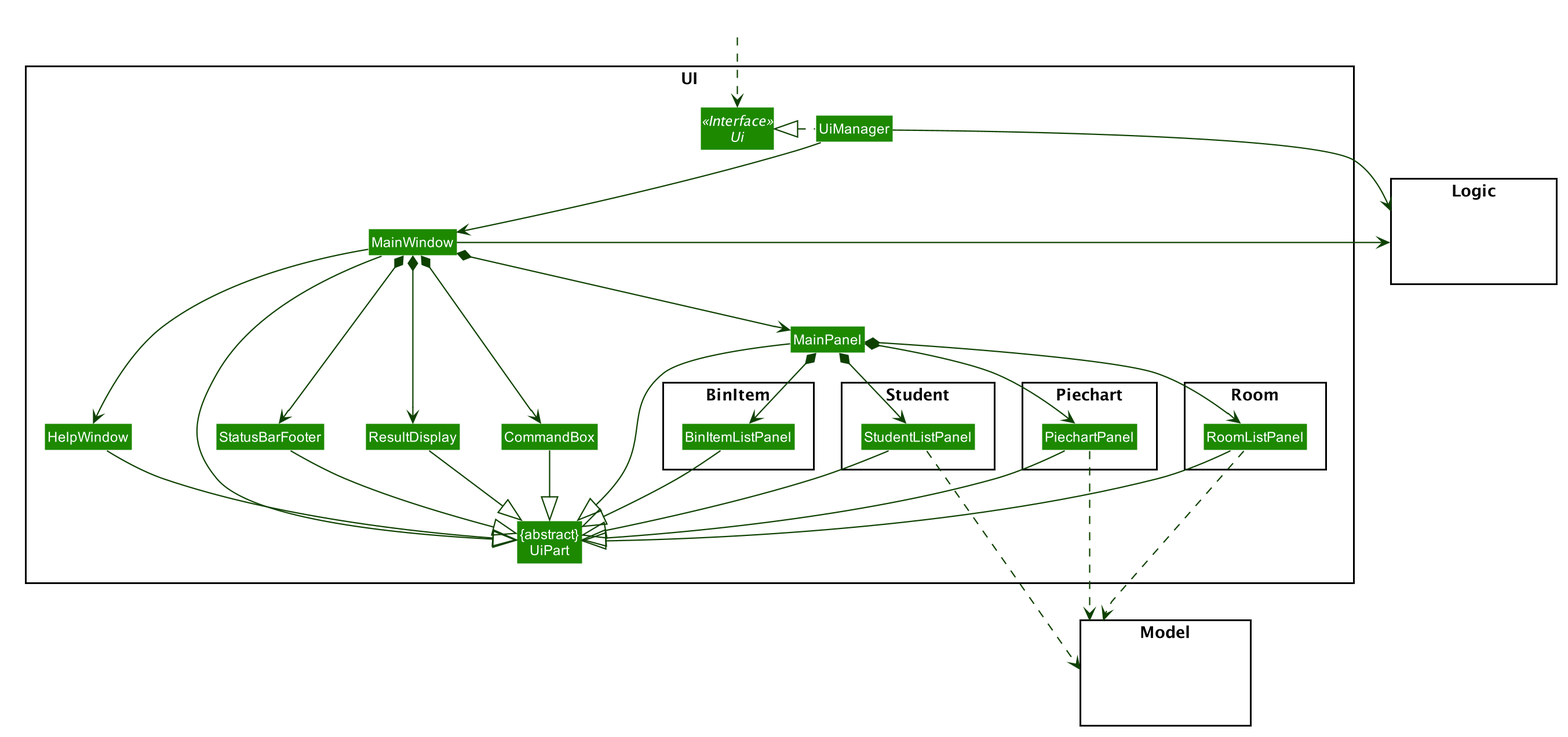
The PlantUML diagram docs/images/UiClassDiagram.png in nus-cs2103-AY2021S1/tp, before a commit.
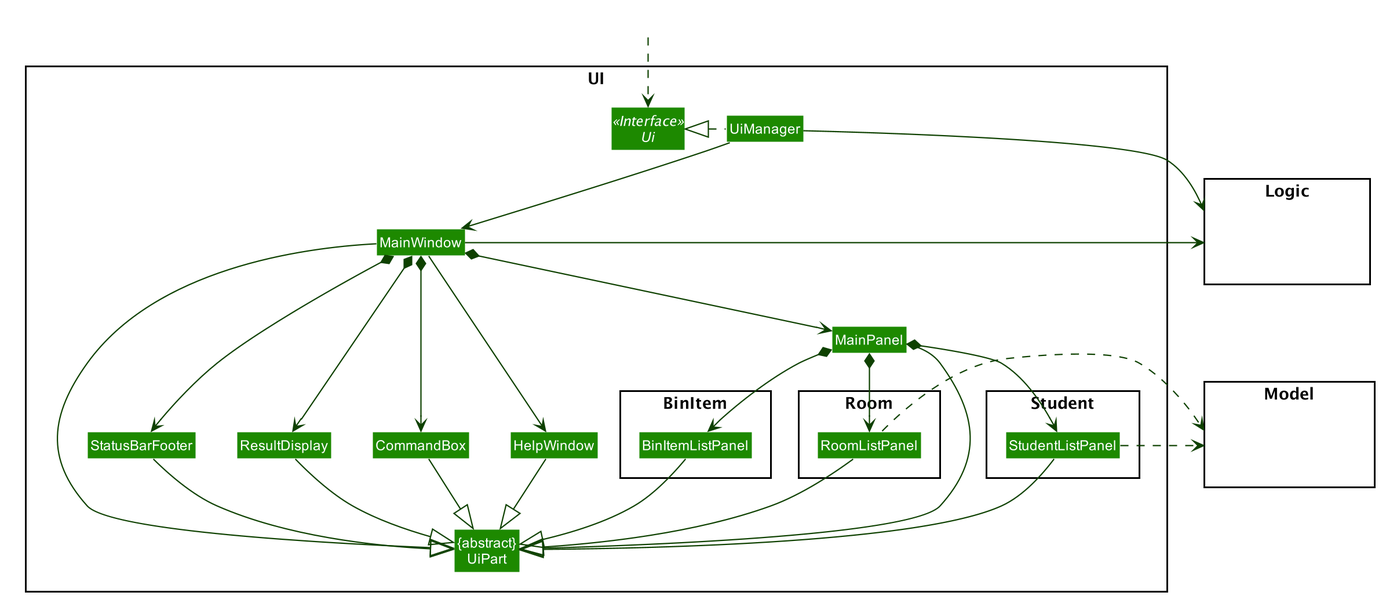
Above is the later version.

Change to the diagram source:
```diff
@@ -62,25 +62,18 @@
 Class StatusBarFooter
 Class CommandBox
 
+skinparam componentBorderColor transparent
+package Room <<Rectangle>>{
+Class RoomListPanel
+}
 
 package Student <<Rectangle>> {
 Class StudentListPanel
 }
 
-skinparam componentBorderColor transparent
-package Room <<Rectangle>>{
-Class RoomListPanel
-}
-
 package BinItem <<Rectangle>>{
 Class BinItemListPanel
 }
-
-package Piechart <<Rectangle>> {
-Class PiechartPanel
-}
-
-Class StudentListPanel
 }
 
 package Model <<Rectangle>> {
@@ -103,18 +96,17 @@
 MainWindow *-down-> StatusBarFooter
 
 MainPanel *-down-> RoomListPanel
+MainPanel *-down-> StudentListPanel
 MainPanel *-down-> BinItemListPanel
-MainPanel *-down-> PiechartPanel
-MainPanel *-down-> StudentListPanel
 
 RoomListPanel --|> UiPart
+StudentListPanel --|> UiPart
 BinItemListPanel --|> UiPart
-PiechartPanel --|> UiPart
-StudentListPanel --|> UiPart
 
-RoomListPanel ..down.> Model
-StudentListPanel ..down.> Model
-PiechartPanel ..down.> Model
+StudentListPanel ..right.> Model
+BinItemListPanel ..[hidden]right.> Model
+
+RoomListPanel ..right.> Model
 
 MainWindow --left|> UiPart
 
@@ -130,8 +122,8 @@
 HelpWindow -[hidden]left- CommandBox
 CommandBox -[hidden]left- ResultDisplay
 ResultDisplay -[hidden]left- StatusBarFooter
-StudentListPanel -[hidden]right- PiechartPanel
 RoomListPanel -[hidden]left- BinItemListPanel
+StudentListPanel -[hidden]right- RoomListPanel
 
 MainWindow -[hidden]-|> UiPart
 @enduml
```
